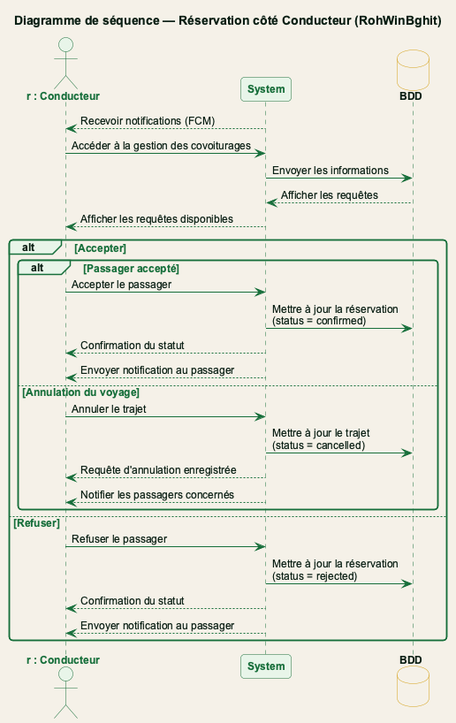
Belhormamohamed13/Memiore_RohWinBghit keeps this PlantUML diagram as figures/fig_sequence_reservation_conducteur.png. Above is the earlier version.
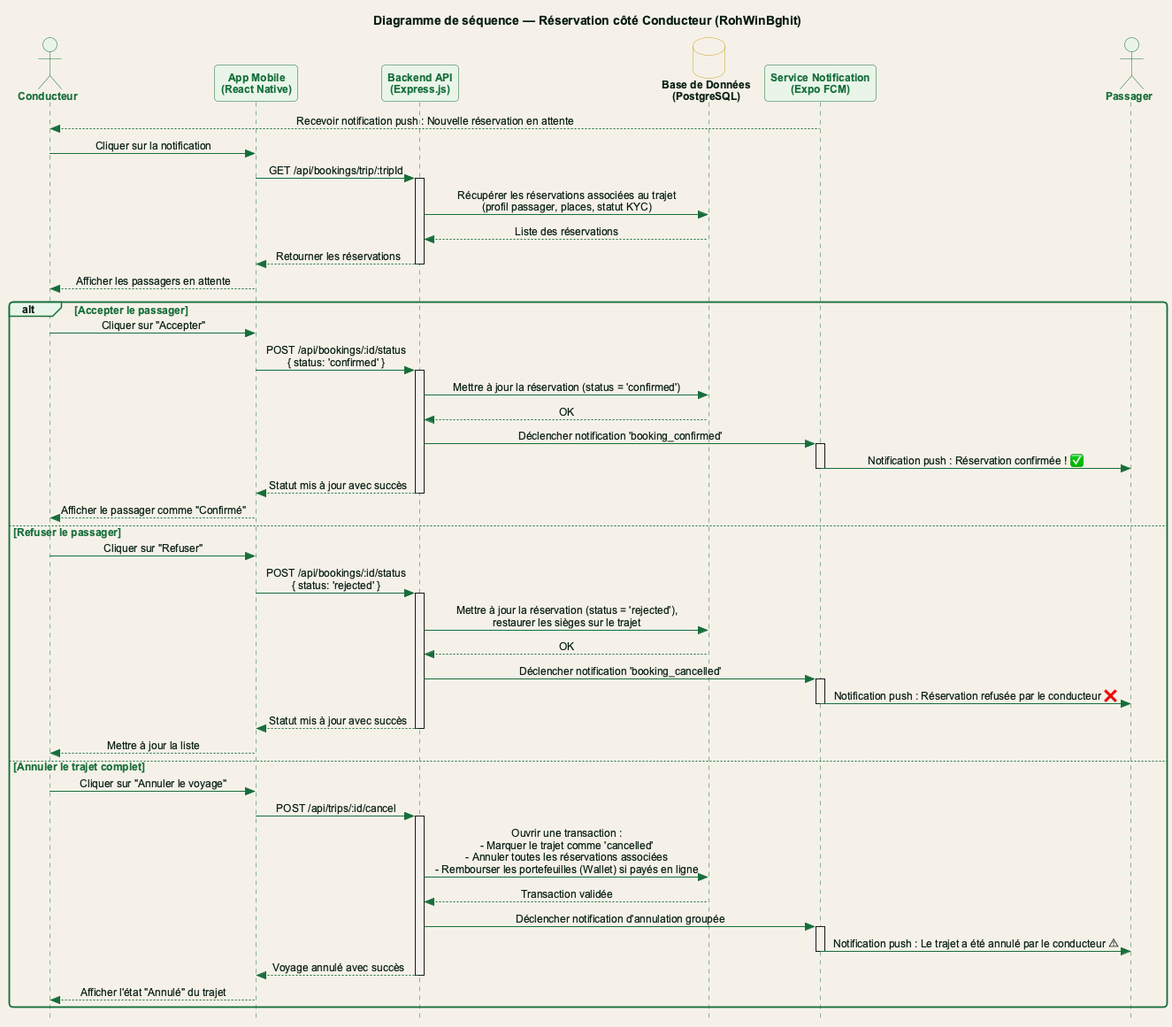
After the change.

The edit, as a diff of the source:
```diff
@@ -1,37 +1,69 @@
 @startuml fig_sequence_reservation_conducteur
 !include theme_rohwinbghit.puml
+skinparam style strictuml
+skinparam SequenceMessageAlignment center
 
 title Diagramme de séquence — Réservation côté Conducteur (RohWinBghit)
 
-actor "r : Conducteur" as D
-participant "System" as S
-database "BDD" as DB
+actor "Conducteur" as D
+participant "App Mobile\n(React Native)" as App
+participant "Backend API\n(Express.js)" as API
+database "Base de Données\n(PostgreSQL)" as DB
+participant "Service Notification\n(Expo FCM)" as Notif
+actor "Passager" as P
 
-S --> D : Recevoir notifications (FCM)
-D -> S : Accéder à la gestion des covoiturages
-S -> DB : Envoyer les informations
-DB --> S : Afficher les requêtes
-S --> D : Afficher les requêtes disponibles
+Notif --> D : Recevoir notification push : Nouvelle réservation en attente
+D -> App : Cliquer sur la notification
+App -> API : GET /api/bookings/trip/:tripId
+activate API
 
-alt Accepter
+API -> DB : Récupérer les réservations associées au trajet\n(profil passager, places, statut KYC)
+DB --> API : Liste des réservations
+API --> App : Retourner les réservations
+deactivate API
+App --> D : Afficher les passagers en attente
 
-  alt Passager accepté
-    D -> S : Accepter le passager
-    S -> DB : Mettre à jour la réservation\n(status = confirmed)
-    S --> D : Confirmation du statut
-    S --> D : Envoyer notification au passager
-  else Annulation du voyage
-    D -> S : Annuler le trajet
-    S -> DB : Mettre à jour le trajet\n(status = cancelled)
-    S --> D : Requête d'annulation enregistrée
-    S --> D : Notifier les passagers concernés
-  end
+alt Accepter le passager
+  D -> App : Cliquer sur "Accepter"
+  App -> API : POST /api/bookings/:id/status\n{ status: 'confirmed' }
+  activate API
+  API -> DB : Mettre à jour la réservation (status = 'confirmed')
+  DB --> API : OK
+  API -> Notif : Déclencher notification 'booking_confirmed'
+  activate Notif
+  Notif -> P : Notification push : Réservation confirmée ! ✅
+  deactivate Notif
+  API --> App : Statut mis à jour avec succès
+  deactivate API
+  App --> D : Afficher le passager comme "Confirmé"
 
-else Refuser
-  D -> S : Refuser le passager
-  S -> DB : Mettre à jour la réservation\n(status = rejected)
-  S --> D : Confirmation du statut
-  S --> D : Envoyer notification au passager
+else Refuser le passager
+  D -> App : Cliquer sur "Refuser"
+  App -> API : POST /api/bookings/:id/status\n{ status: 'rejected' }
+  activate API
+  API -> DB : Mettre à jour la réservation (status = 'rejected'),\nrestaurer les sièges sur le trajet
+  DB --> API : OK
+  API -> Notif : Déclencher notification 'booking_cancelled'
+  activate Notif
+  Notif -> P : Notification push : Réservation refusée par le conducteur ❌
+  deactivate Notif
+  API --> App : Statut mis à jour avec succès
+  deactivate API
+  App --> D : Mettre à jour la liste
+
+else Annuler le trajet complet
+  D -> App : Cliquer sur "Annuler le voyage"
+  App -> API : POST /api/trips/:id/cancel
+  activate API
+  API -> DB : Ouvrir une transaction :\n- Marquer le trajet comme 'cancelled'\n- Annuler toutes les réservations associées\n- Rembourser les portefeuilles (Wallet) si payés en ligne
+  DB --> API : Transaction validée
+  API -> Notif : Déclencher notification d'annulation groupée
+  activate Notif
+  Notif -> P : Notification push : Le trajet a été annulé par le conducteur ⚠️
+  deactivate Notif
+  API --> App : Voyage annulé avec succès
+  deactivate API
+  App --> D : Afficher l'état "Annulé" du trajet
 end
 
 @enduml
```
